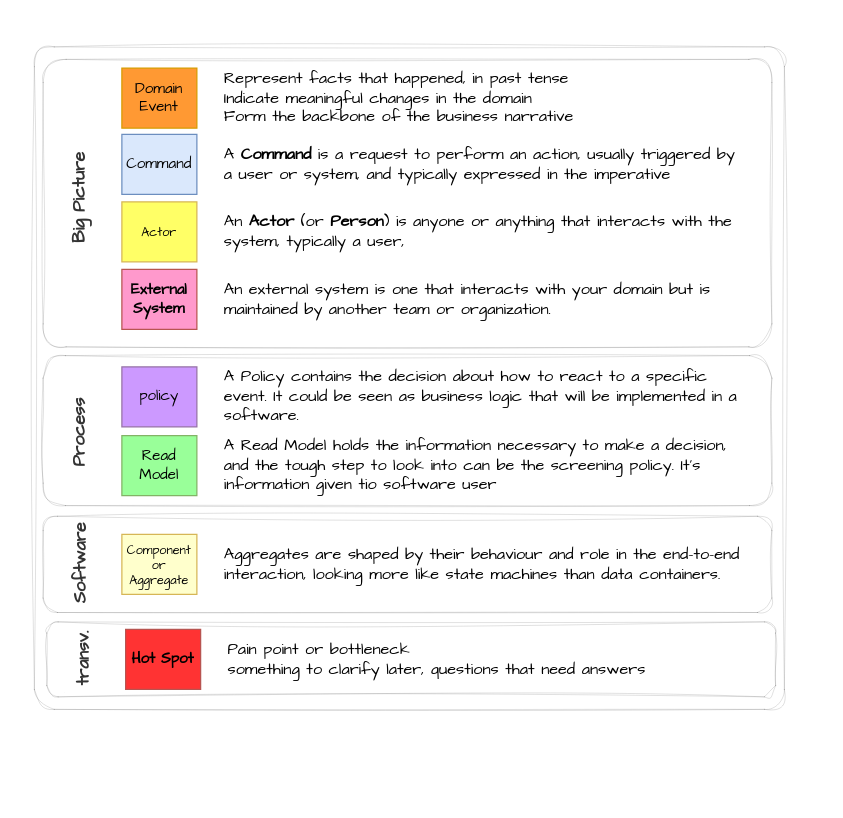
Before: page "00 - Legend" (1 of 13) of content/en/knowledgebase/ddd-eventstorming/eventstorming.drawio in mauvaisetroupe/architech, a draw.io diagram. Source tidied: cells renumbered, new cells numbered last; positions are measured from the earlier drawing's top-left corner, leaving out a move shared by most shapes. Both pictures are drawn from the tidied source at 125%, with x=0, y=0 at pixel (-61, 46).
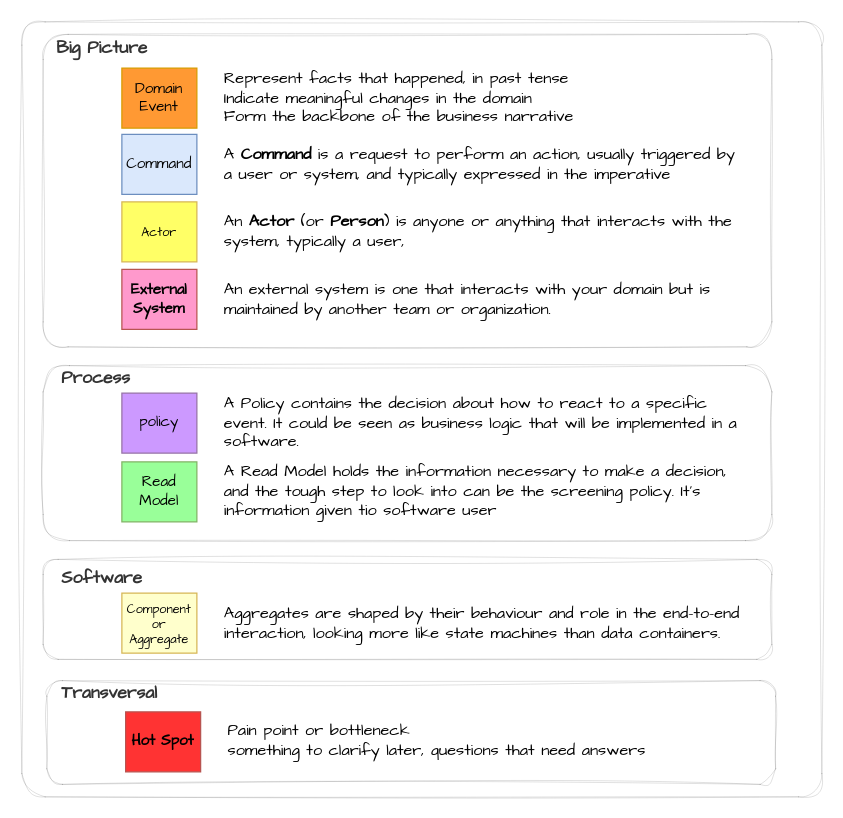
After the change.

What changed in the source:
```diff
@@
     <mxCell id="2" style="rounded=1;whiteSpace=wrap;html=1;sketch=1;hachureGap=4;jiggle=2;curveFitting=1;fontFamily=Architects Daughter;strokeWidth=0;arcSize=3;" parent="1" vertex="1">
-      <mxGeometry x="76" width="600" height="530" as="geometry" />
+      <mxGeometry x="66" y="-20" width="640" height="620" as="geometry" />
     </mxCell>
     <mxCell id="3" style="rounded=1;whiteSpace=wrap;html=1;sketch=1;hachureGap=4;jiggle=2;curveFitting=1;fontFamily=Architects Daughter;strokeWidth=0;" parent="1" vertex="1">
-      <mxGeometry x="83" y="247" width="583" height="120" as="geometry" />
+      <mxGeometry x="83" y="255" width="583" height="140" as="geometry" />
     </mxCell>
     <mxCell id="4" style="rounded=1;whiteSpace=wrap;html=1;sketch=1;hachureGap=4;jiggle=2;curveFitting=1;fontFamily=Architects Daughter;strokeWidth=0;" parent="1" vertex="1">
-      <mxGeometry x="83" y="375.5" width="583" height="77" as="geometry" />
+      <mxGeometry x="83" y="410" width="583" height="80" as="geometry" />
     </mxCell>
     <mxCell id="5" style="rounded=1;whiteSpace=wrap;html=1;sketch=1;hachureGap=4;jiggle=2;curveFitting=1;fontFamily=Architects Daughter;strokeWidth=0;arcSize=8;" parent="1" vertex="1">
-      <mxGeometry x="83" y="10" width="583" height="230" as="geometry" />
+      <mxGeometry x="83" y="-10" width="583" height="250" as="geometry" />
     </mxCell>
-    <mxCell id="6" value="Big Picture" style="text;html=1;align=center;verticalAlign=middle;whiteSpace=wrap;rounded=0;fontFamily=Architects Daughter;rotation=-90;fontStyle=1;fillColor=#f5f5f5;fontColor=#333333;strokeColor=none;sketch=1;curveFitting=1;jiggle=2;strokeWidth=0;fontSize=14;" parent="1" vertex="1">
-      <mxGeometry y="106" width="225" height="30" as="geometry" />
+    <mxCell id="6" value="Big Picture" style="text;html=1;align=left;verticalAlign=middle;whiteSpace=wrap;rounded=0;fontFamily=Architects Daughter;rotation=0;fontStyle=1;fillColor=#f5f5f5;fontColor=#333333;strokeColor=none;sketch=1;curveFitting=1;jiggle=2;strokeWidth=0;fontSize=14;" parent="1" vertex="1">
+      <mxGeometry x="92" y="-7" width="225" height="16" as="geometry" />
     </mxCell>
-    <mxCell id="7" value="Process" style="text;html=1;align=center;verticalAlign=middle;whiteSpace=wrap;rounded=0;fontFamily=Architects Daughter;rotation=-90;fontStyle=1;fillColor=#f5f5f5;fontColor=#333333;strokeColor=none;sketch=1;curveFitting=1;jiggle=2;strokeWidth=0;fontSize=14;" parent="1" vertex="1">
-      <mxGeometry x="66.3" y="293.3" width="92.3" height="30" as="geometry" />
+    <mxCell id="7" value="Process" style="text;html=1;align=left;verticalAlign=middle;whiteSpace=wrap;rounded=0;fontFamily=Architects Daughter;rotation=0;fontStyle=1;fillColor=#f5f5f5;fontColor=#333333;strokeColor=none;sketch=1;curveFitting=1;jiggle=2;strokeWidth=0;fontSize=14;" parent="1" vertex="1">
+      <mxGeometry x="96" y="257.3" width="149.7" height="15.7" as="geometry" />
     </mxCell>
-    <mxCell id="8" value="Software" style="text;html=1;align=center;verticalAlign=middle;whiteSpace=wrap;rounded=0;fontFamily=Architects Daughter;rotation=-90;fontStyle=1;fillColor=#f5f5f5;fontColor=#333333;strokeColor=none;sketch=1;curveFitting=1;jiggle=2;strokeWidth=0;fontSize=14;" parent="1" vertex="1">
-      <mxGeometry x="75.7" y="398.7" width="73.7" height="30" as="geometry" />
+    <mxCell id="8" value="Software" style="text;html=1;align=left;verticalAlign=middle;whiteSpace=wrap;rounded=0;fontFamily=Architects Daughter;rotation=0;fontStyle=1;fillColor=#f5f5f5;fontColor=#333333;strokeColor=none;sketch=1;curveFitting=1;jiggle=2;strokeWidth=0;fontSize=14;" parent="1" vertex="1">
+      <mxGeometry x="96" y="413.7" width="73.7" height="22.3" as="geometry" />
     </mxCell>
@@
     <mxCell id="21" style="group;" parent="1" vertex="1">
-      <mxGeometry x="146" y="255" width="500" height="50" as="geometry" />
+      <mxGeometry x="146" y="276" width="500" height="50" as="geometry" />
     </mxCell>
@@
     <mxCell id="24" style="group;" parent="1" vertex="1">
-      <mxGeometry x="146" y="310" width="500" height="50" as="geometry" />
+      <mxGeometry x="146" y="331" width="500" height="50" as="geometry" />
     </mxCell>
@@
     <mxCell id="27" style="group;" parent="1" vertex="1">
-      <mxGeometry x="146" y="389" width="500" height="50" as="geometry" />
+      <mxGeometry x="146" y="436" width="500" height="50" as="geometry" />
     </mxCell>
@@
-    <mxCell id="30" style="group;" parent="1" vertex="1">
-      <mxGeometry x="86" y="460" width="583" height="60" as="geometry" />
-    </mxCell>
-    <mxCell id="31" style="rounded=1;whiteSpace=wrap;html=1;sketch=1;hachureGap=4;jiggle=2;curveFitting=1;fontFamily=Architects Daughter;strokeWidth=0;" parent="30" vertex="1">
-      <mxGeometry width="583" height="60" as="geometry" />
+    <mxCell id="31" style="rounded=1;whiteSpace=wrap;html=1;sketch=1;hachureGap=4;jiggle=2;curveFitting=1;fontFamily=Architects Daughter;strokeWidth=0;" parent="1" vertex="1">
+      <mxGeometry x="86" y="507" width="583" height="83" as="geometry" />
     </mxCell>
-    <mxCell id="32" value="transv." style="text;html=1;align=center;verticalAlign=middle;whiteSpace=wrap;rounded=0;fontFamily=Architects Daughter;rotation=-90;fontStyle=1;fillColor=#f5f5f5;fontColor=#333333;strokeColor=none;sketch=1;curveFitting=1;jiggle=2;strokeWidth=0;fontSize=14;" parent="30" vertex="1">
-      <mxGeometry x="2.7" y="15" width="53.7" height="30" as="geometry" />
+    <mxCell id="32" value="Transversal" style="text;html=1;align=left;verticalAlign=middle;whiteSpace=wrap;rounded=0;fontFamily=Architects Daughter;rotation=0;fontStyle=1;fillColor=#f5f5f5;fontColor=#333333;strokeColor=none;sketch=1;curveFitting=1;jiggle=2;strokeWidth=0;fontSize=14;" parent="1" vertex="1">
+      <mxGeometry x="96" y="507" width="130" height="20" as="geometry" />
     </mxCell>
-    <mxCell id="33" style="group;" parent="30" vertex="1">
-      <mxGeometry x="63" y="5" width="500" height="50" as="geometry" />
+    <mxCell id="33" style="group;" parent="1" vertex="1">
+      <mxGeometry x="149" y="530" width="500" height="50" as="geometry" />
     </mxCell>
@@
     <mxCell id="35" value="&lt;strong&gt;Hot Spot&lt;/strong&gt;" style="whiteSpace=wrap;html=1;hachureGap=4;fontFamily=Architects Daughter;fillColor=#FF3333;strokeColor=#b85450;spacingTop=2;spacingLeft=2;spacingBottom=2;spacingRight=2;" parent="33" vertex="1">
-      <mxGeometry y="1" width="60" height="48" as="geometry" />
+      <mxGeometry y="2" width="60" height="48" as="geometry" />
     </mxCell>
```
